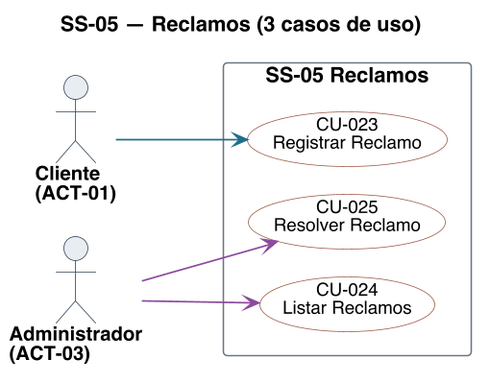
Nahuelito-Dev/splg-docs keeps this PlantUML diagram as diagramas/uml/CU_SS-05_Reclamos.png. Above is the earlier version.
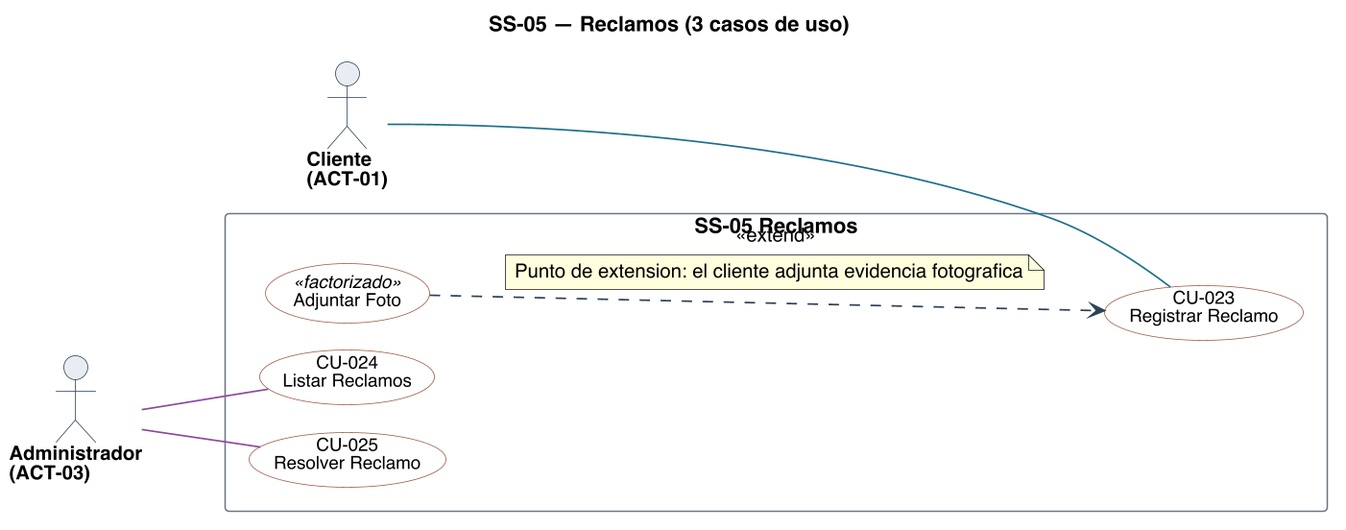
Later version of the same file.

What changed in the source:
```diff
@@ -30,6 +30,8 @@
 skinparam usecase {
   BorderColor<<pendiente>> #9C4436
   BackgroundColor<<pendiente>> #F6E4E1
+  BorderColor<<factorizado>> #6B7683
+  BackgroundColor<<factorizado>> #F2F4F6
 }
 
 actor "Cliente\n(ACT-01)" as A01
@@ -39,10 +41,16 @@
   usecase "CU-023\nRegistrar Reclamo" as U023 #back:FFFFFF;line:9C5A46
   usecase "CU-024\nListar Reclamos" as U024 #back:FFFFFF;line:9C5A46
   usecase "CU-025\nResolver Reclamo" as U025 #back:FFFFFF;line:9C5A46
+  usecase "Adjuntar Foto" as F_FOTO <<factorizado>> #back:FFFFFF;line:9C5A46
 }
 
-A01 -[#1F6F8B]-> U023
-A03 -[#8C4A9E]-> U024
-A03 -[#8C4A9E]-> U025
+A01 -[#1F6F8B]- U023
+A03 -[#8C4A9E]- U024
+A03 -[#8C4A9E]- U025
+
+F_FOTO ..> U023 : <<extend>>
+note on link
+  Punto de extension: el cliente adjunta evidencia fotografica
+end note
 
 @enduml
```
